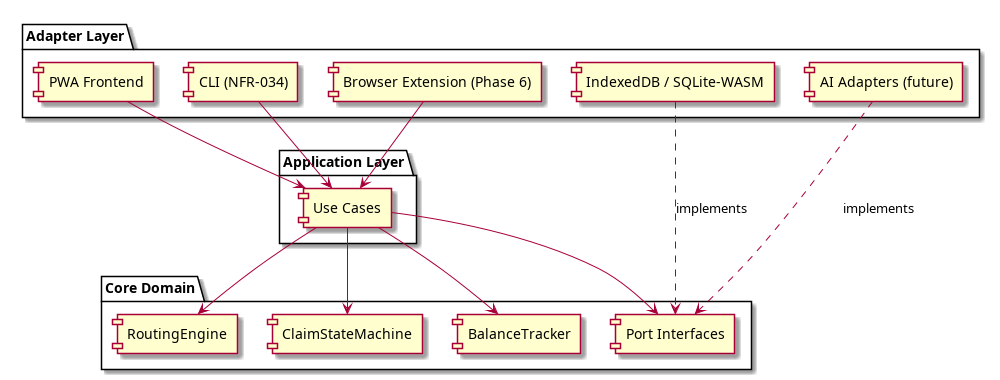
This is docs/02-solution/diagrams/architecture-overview.png from hallb/coordinate, a PlantUML export, as it was before one commit. The source it was exported from:
```plantuml
@startuml diagrams/architecture-overview
skinparam packageStyle rectangle

package "Adapter Layer" as adapters {
  [PWA Frontend]
  [CLI (NFR-034)]
  [IndexedDB / SQLite-WASM]
  [Browser Extension (Phase 6)]
  [AI Adapters (future)]
}

package "Application Layer" as application {
  [Use Cases]
}

package "Core Domain" as domain {
  [RoutingEngine]
  [ClaimStateMachine]
  [BalanceTracker]
  [Port Interfaces]
}

[PWA Frontend] --> [Use Cases]
[CLI (NFR-034)] --> [Use Cases]
[Browser Extension (Phase 6)] --> [Use Cases]
[Use Cases] --> [RoutingEngine]
[Use Cases] --> [ClaimStateMachine]
[Use Cases] --> [BalanceTracker]
[Use Cases] --> [Port Interfaces]
[IndexedDB / SQLite-WASM] ..> [Port Interfaces] : implements
[AI Adapters (future)] ..> [Port Interfaces] : implements
@enduml
```
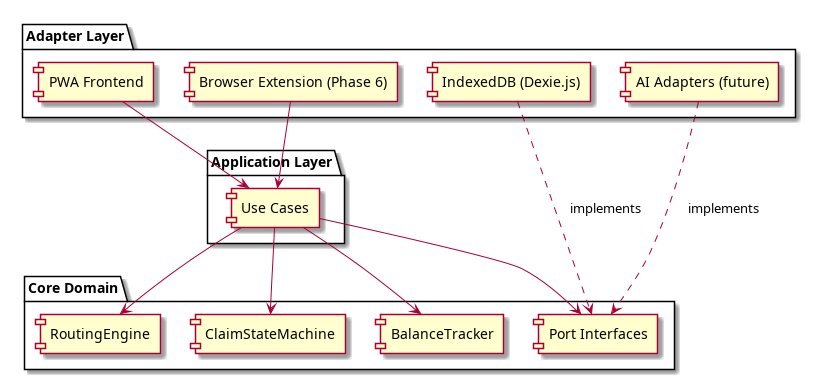
The same file after the commit.

Change to the diagram source:
```diff
@@ -3,8 +3,7 @@
 
 package "Adapter Layer" as adapters {
   [PWA Frontend]
-  [CLI (NFR-034)]
-  [IndexedDB / SQLite-WASM]
+  [IndexedDB (Dexie.js)]
   [Browser Extension (Phase 6)]
   [AI Adapters (future)]
 }
@@ -21,12 +20,11 @@
 }
 
 [PWA Frontend] --> [Use Cases]
-[CLI (NFR-034)] --> [Use Cases]
 [Browser Extension (Phase 6)] --> [Use Cases]
 [Use Cases] --> [RoutingEngine]
 [Use Cases] --> [ClaimStateMachine]
 [Use Cases] --> [BalanceTracker]
 [Use Cases] --> [Port Interfaces]
-[IndexedDB / SQLite-WASM] ..> [Port Interfaces] : implements
+[IndexedDB (Dexie.js)] ..> [Port Interfaces] : implements
 [AI Adapters (future)] ..> [Port Interfaces] : implements
 @enduml
```
